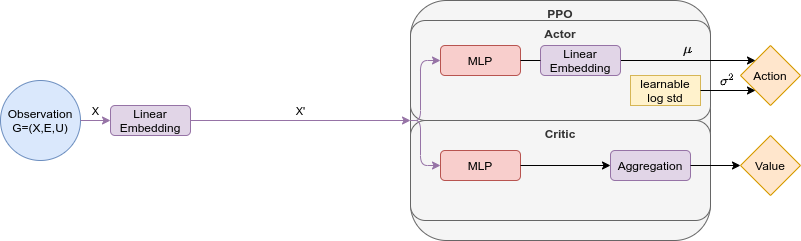
Above: figures/PPO_no_message_passing.png in lifebu/BachelorThesis (draw.io), before the change. Source tidied: cells renumbered, new cells last; positions are measured from the earlier drawing's top-left corner, leaving out a move shared by most shapes.
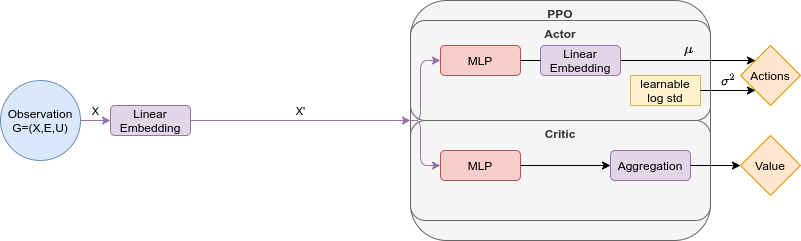
Above is the later version.

The edit, as a diff of the source:
```diff
@@ -17,7 +17,7 @@
     <mxCell id="6" value="X'" style="endArrow=classic;html=1;rounded=0;verticalAlign=bottom;fillColor=#e1d5e7;strokeColor=#9673a6;" parent="1" edge="1" source="3" target="4">
       <mxGeometry relative="1" as="geometry" />
     </mxCell>
-    <mxCell id="7" value="Action" style="rhombus;whiteSpace=wrap;html=1;fillColor=#ffe6cc;strokeColor=#d79b00;" parent="1" vertex="1">
+    <mxCell id="7" value="Actions" style="rhombus;whiteSpace=wrap;html=1;fillColor=#ffe6cc;strokeColor=#d79b00;" parent="1" vertex="1">
       <mxGeometry x="740" y="45" width="60" height="60" as="geometry" />
     </mxCell>
     <mxCell id="8" value="Value" style="rhombus;whiteSpace=wrap;html=1;fillColor=#ffe6cc;strokeColor=#d79b00;" parent="1" vertex="1">
```
